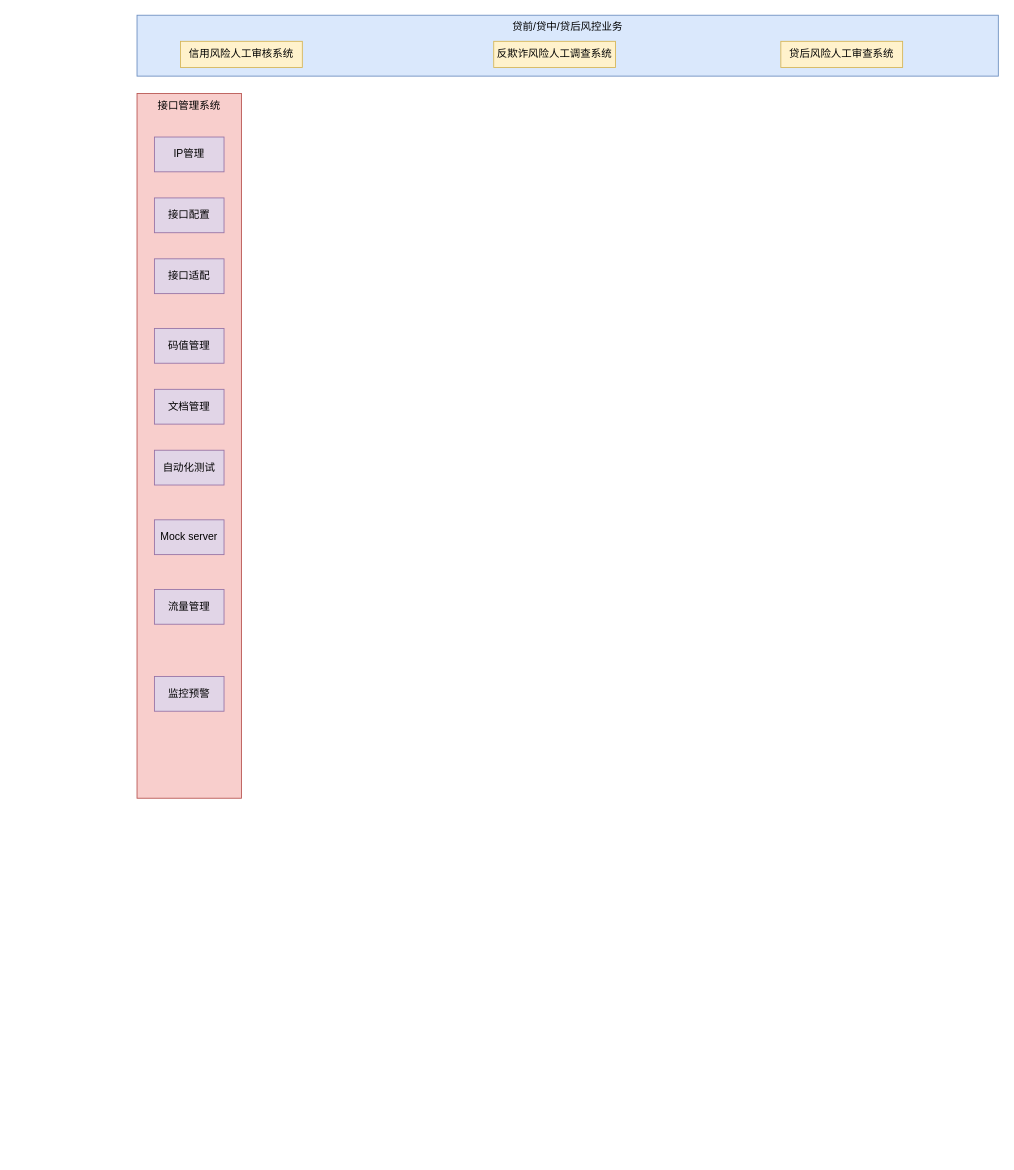
The draw.io diagram 智能风控系统功能架构.drawio in liojian198/Bin-Blog, before the edit. Source tidied: cells renumbered, new cells numbered last; positions are measured from the earlier drawing's top-left corner, leaving out a move shared by most shapes. Both pictures are drawn from the tidied source at 87%, with x=0, y=0 at pixel (137, 15).
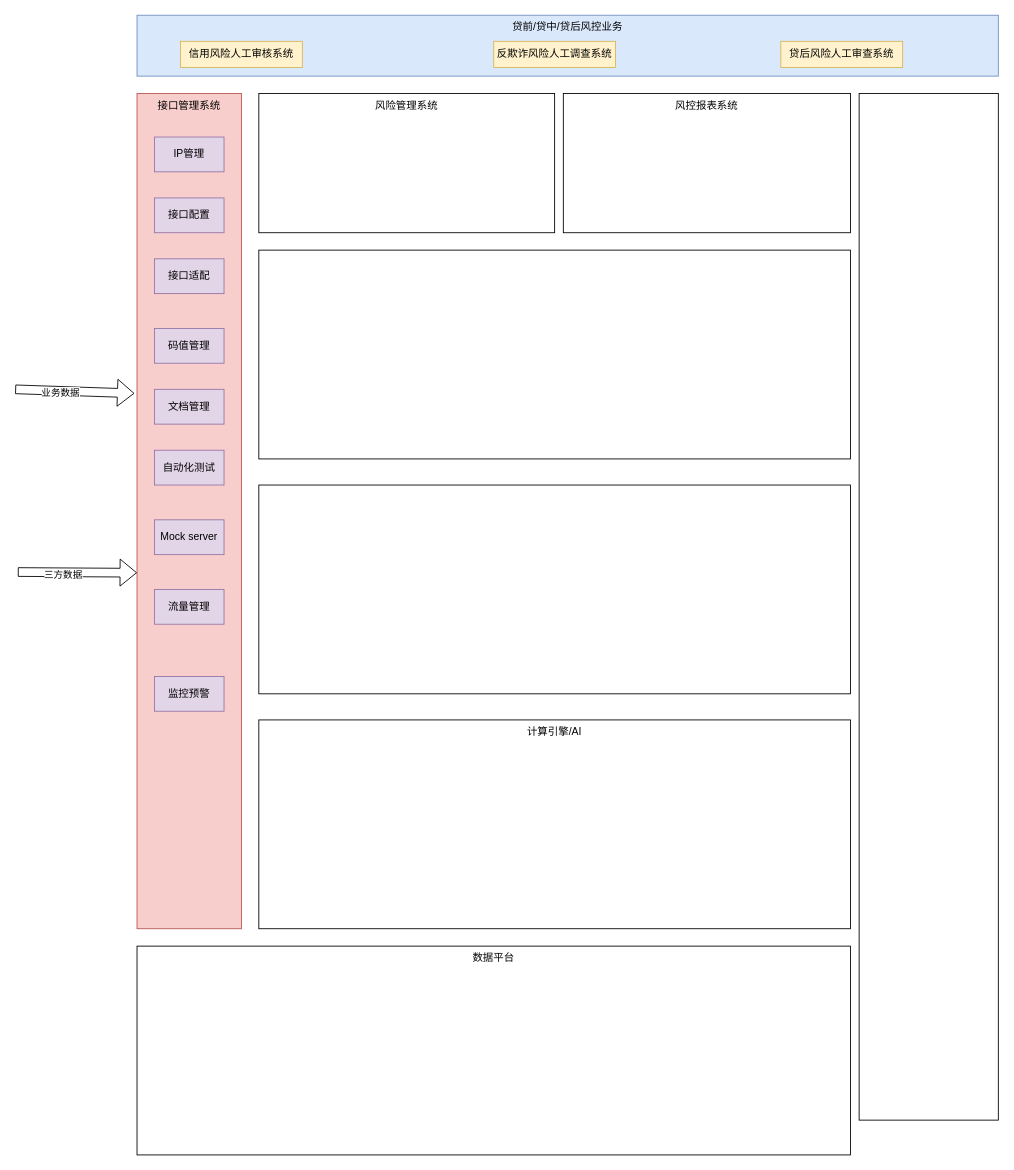
The same diagram, later.

Commit message (it also covers changes not shown here):
更新智能风控系统功能架构.drawio

Change to the diagram source:
```diff
@@
     <mxCell id="6" value="接口管理系统" style="rounded=0;whiteSpace=wrap;html=1;fillColor=#f8cecc;strokeColor=#b85450;verticalAlign=top;" parent="1" vertex="1">
-      <mxGeometry y="90" width="120" height="810" as="geometry" />
+      <mxGeometry y="90" width="120" height="960" as="geometry" />
     </mxCell>
@@
+    <mxCell id="16" style="shape=flexArrow;endArrow=classic;html=1;entryX=-0.025;entryY=0.359;entryDx=0;entryDy=0;entryPerimeter=0;" parent="1" edge="1" target="6">
+      <mxGeometry relative="1" as="geometry">
+        <mxPoint x="-140" y="430" as="sourcePoint" />
+      </mxGeometry>
+    </mxCell>
+    <mxCell id="17" value="业务数据" style="edgeLabel;html=1;align=center;verticalAlign=middle;" parent="16" vertex="1">
+      <mxGeometry x="-0.24" y="-2" relative="1" as="geometry" />
+    </mxCell>
+    <mxCell id="18" style="shape=flexArrow;endArrow=classic;html=1;entryX=-0.025;entryY=0.359;entryDx=0;entryDy=0;entryPerimeter=0;" parent="1" edge="1">
+      <mxGeometry relative="1" as="geometry">
+        <mxPoint x="-137" y="640" as="sourcePoint" />
+        <mxPoint y="640.8" as="targetPoint" />
+      </mxGeometry>
+    </mxCell>
+    <mxCell id="19" value="三方数据" style="edgeLabel;html=1;align=center;verticalAlign=middle;" parent="18" vertex="1">
+      <mxGeometry x="-0.24" y="-2" relative="1" as="geometry" />
+    </mxCell>
+    <mxCell id="20" value="风险管理系统" style="rounded=0;whiteSpace=wrap;html=1;verticalAlign=top;" parent="1" vertex="1">
+      <mxGeometry x="140" y="90" width="340" height="160" as="geometry" />
+    </mxCell>
+    <mxCell id="21" value="风控报表系统" style="rounded=0;whiteSpace=wrap;html=1;verticalAlign=top;" parent="1" vertex="1">
+      <mxGeometry x="490" y="90" width="330" height="160" as="geometry" />
+    </mxCell>
+    <mxCell id="22" style="rounded=0;whiteSpace=wrap;html=1;" parent="1" vertex="1">
+      <mxGeometry x="830" y="90" width="160" height="1180" as="geometry" />
+    </mxCell>
+    <mxCell id="23" style="rounded=0;whiteSpace=wrap;html=1;verticalAlign=top;" parent="1" vertex="1">
+      <mxGeometry x="140" y="270" width="680" height="240" as="geometry" />
+    </mxCell>
+    <mxCell id="24" style="rounded=0;whiteSpace=wrap;html=1;verticalAlign=top;" parent="1" vertex="1">
+      <mxGeometry x="140" y="540" width="680" height="240" as="geometry" />
+    </mxCell>
+    <mxCell id="25" value="计算引擎/AI" style="rounded=0;whiteSpace=wrap;html=1;verticalAlign=top;" parent="1" vertex="1">
+      <mxGeometry x="140" y="810" width="680" height="240" as="geometry" />
+    </mxCell>
+    <mxCell id="26" value="数据平台" style="rounded=0;whiteSpace=wrap;html=1;verticalAlign=top;" parent="1" vertex="1">
+      <mxGeometry y="1070" width="820" height="240" as="geometry" />
+    </mxCell>
```
